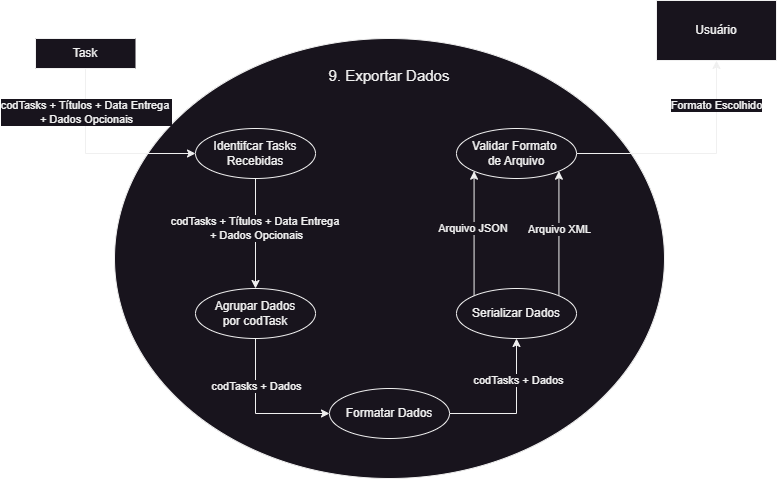
Above: docs/assets/DFDs/RF09.drawio.png in kenielf/neotasker (draw.io), before the change. Source tidied: cells renumbered, new cells last; positions are measured from the earlier drawing's top-left corner, leaving out a move shared by most shapes. Its diagram source:
```xml
<mxGraphModel>
  <root>
    <mxCell id="0" />
    <mxCell id="1" parent="0" />
    <mxCell id="2" style="shape=ellipse;html=1;dashed=0;whiteSpace=wrap;perimeter=ellipsePerimeter;" parent="1" vertex="1">
      <mxGeometry x="79" y="38" width="550" height="440" as="geometry" />
    </mxCell>
    <mxCell id="3" style="edgeStyle=orthogonalEdgeStyle;rounded=0;jettySize=auto;html=1;exitX=0.5;exitY=1;exitDx=0;exitDy=0;entryX=0;entryY=0.5;entryDx=0;entryDy=0;" parent="1" edge="1" source="5" target="7">
      <mxGeometry relative="1" as="geometry" />
    </mxCell>
    <mxCell id="4" value="codTasks + Títulos + Data Entrega&amp;nbsp;&lt;br&gt;+ Dados Opcionais" style="edgeLabel;html=1;align=center;verticalAlign=middle;" parent="3" vertex="1">
      <mxGeometry x="-0.56" relative="1" as="geometry" />
    </mxCell>
    <mxCell id="5" value="Task" style="html=1;dashed=0;whiteSpace=wrap;shape=partialRectangle;right=0;" parent="1" vertex="1">
      <mxGeometry y="38" width="100" height="30" as="geometry" />
    </mxCell>
    <mxCell id="6" style="edgeStyle=orthogonalEdgeStyle;rounded=0;jettySize=auto;html=1;" parent="1" edge="1" source="7" target="11">
      <mxGeometry relative="1" as="geometry" />
    </mxCell>
    <mxCell id="7" value="Identifcar Tasks&lt;br&gt;Recebidas" style="shape=ellipse;html=1;dashed=0;whiteSpace=wrap;perimeter=ellipsePerimeter;" parent="1" vertex="1">
      <mxGeometry x="160" y="128" width="120" height="50" as="geometry" />
    </mxCell>
    <mxCell id="8" value="&lt;font style=&quot;font-size: 15px;&quot;&gt;9. Exportar Dados&lt;/font&gt;" style="text;html=1;strokeColor=none;fillColor=none;align=center;verticalAlign=middle;whiteSpace=wrap;rounded=0;" parent="1" vertex="1">
      <mxGeometry x="287" y="60" width="134" height="30" as="geometry" />
    </mxCell>
    <mxCell id="9" style="edgeStyle=orthogonalEdgeStyle;rounded=0;jettySize=auto;html=1;exitX=0.5;exitY=1;exitDx=0;exitDy=0;entryX=0;entryY=0.5;entryDx=0;entryDy=0;" parent="1" edge="1" source="11" target="20">
      <mxGeometry relative="1" as="geometry" />
    </mxCell>
    <mxCell id="10" value="codTasks + Dados" style="edgeLabel;html=1;align=center;verticalAlign=middle;" parent="9" vertex="1">
      <mxGeometry x="-0.37" relative="1" as="geometry" />
    </mxCell>
    <mxCell id="11" value="Agrupar Dados&lt;br&gt;por codTask" style="shape=ellipse;html=1;dashed=0;whiteSpace=wrap;perimeter=ellipsePerimeter;" parent="1" vertex="1">
      <mxGeometry x="160" y="288" width="120" height="50" as="geometry" />
    </mxCell>
    <mxCell id="12" value="codTasks + Títulos + Data Entrega&amp;nbsp;&lt;br&gt;+ Dados Opcionais" style="edgeLabel;html=1;align=center;verticalAlign=middle;" parent="1" vertex="1">
      <mxGeometry x="220" y="228" as="geometry" />
    </mxCell>
    <mxCell id="13" style="edgeStyle=orthogonalEdgeStyle;rounded=0;jettySize=auto;html=1;exitX=0;exitY=0;exitDx=0;exitDy=0;entryX=0;entryY=1;entryDx=0;entryDy=0;" parent="1" edge="1" source="17" target="23">
      <mxGeometry relative="1" as="geometry" />
    </mxCell>
    <mxCell id="14" value="Arquivo JSON&amp;nbsp;" style="edgeLabel;html=1;align=center;verticalAlign=middle;" parent="13" vertex="1">
      <mxGeometry x="0.09" relative="1" as="geometry" />
    </mxCell>
    <mxCell id="15" style="edgeStyle=orthogonalEdgeStyle;rounded=0;jettySize=auto;html=1;exitX=1;exitY=0;exitDx=0;exitDy=0;entryX=1;entryY=1;entryDx=0;entryDy=0;" parent="1" edge="1" source="17" target="23">
      <mxGeometry relative="1" as="geometry" />
    </mxCell>
    <mxCell id="16" value="Arquivo XML" style="edgeLabel;html=1;align=center;verticalAlign=middle;" parent="15" vertex="1">
      <mxGeometry x="0.08" relative="1" as="geometry" />
    </mxCell>
    <mxCell id="17" value="Serializar Dados" style="shape=ellipse;html=1;dashed=0;whiteSpace=wrap;perimeter=ellipsePerimeter;" parent="1" vertex="1">
      <mxGeometry x="421" y="288" width="120" height="50" as="geometry" />
    </mxCell>
    <mxCell id="18" style="edgeStyle=orthogonalEdgeStyle;rounded=0;jettySize=auto;html=1;exitX=1;exitY=0.5;exitDx=0;exitDy=0;entryX=0.5;entryY=1;entryDx=0;entryDy=0;" parent="1" edge="1" source="20" target="17">
      <mxGeometry relative="1" as="geometry" />
    </mxCell>
    <mxCell id="19" value="codTasks + Dados" style="edgeLabel;html=1;align=center;verticalAlign=middle;" parent="18" vertex="1">
      <mxGeometry x="0.42" y="-1" relative="1" as="geometry" />
    </mxCell>
    <mxCell id="20" value="Formatar Dados" style="shape=ellipse;html=1;dashed=0;whiteSpace=wrap;perimeter=ellipsePerimeter;" parent="1" vertex="1">
      <mxGeometry x="294" y="388" width="120" height="50" as="geometry" />
    </mxCell>
    <mxCell id="21" style="edgeStyle=orthogonalEdgeStyle;rounded=0;jettySize=auto;html=1;" parent="1" edge="1" source="23" target="24">
      <mxGeometry relative="1" as="geometry" />
    </mxCell>
    <mxCell id="22" value="Formato Escolhido" style="edgeLabel;html=1;align=center;verticalAlign=middle;" parent="21" vertex="1">
      <mxGeometry x="0.62" y="1" relative="1" as="geometry" />
    </mxCell>
    <mxCell id="23" value="Validar Formato&amp;nbsp;&lt;br&gt;de Arquivo" style="shape=ellipse;html=1;dashed=0;whiteSpace=wrap;perimeter=ellipsePerimeter;" parent="1" vertex="1">
      <mxGeometry x="421" y="128" width="120" height="50" as="geometry" />
    </mxCell>
    <mxCell id="24" value="Usuário" style="whiteSpace=wrap;html=1;dashed=0;" parent="1" vertex="1">
      <mxGeometry x="621" width="120" height="60" as="geometry" />
    </mxCell>
  </root>
</mxGraphModel>
```
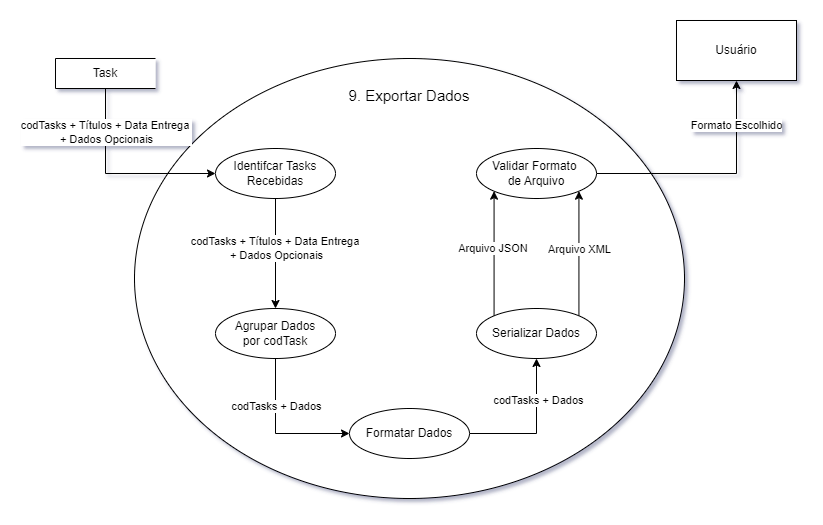
After the commit.

Change to the diagram source:
```diff
@@ -26,25 +26,25 @@
     <mxCell id="9" style="edgeStyle=orthogonalEdgeStyle;rounded=0;jettySize=auto;html=1;exitX=0.5;exitY=1;exitDx=0;exitDy=0;entryX=0;entryY=0.5;entryDx=0;entryDy=0;" parent="1" edge="1" source="11" target="20">
       <mxGeometry relative="1" as="geometry" />
     </mxCell>
-    <mxCell id="10" value="codTasks + Dados" style="edgeLabel;html=1;align=center;verticalAlign=middle;" parent="9" vertex="1">
-      <mxGeometry x="-0.37" relative="1" as="geometry" />
-    </mxCell>
+    <mxCell id="25" value="codTasks + Dados" style="edgeLabel;html=1;align=center;verticalAlign=middle;" parent="9" vertex="1">
+      <mxGeometry x="-0.37" relative="1" as="geometry" />
+    </mxCell>
     <mxCell id="11" value="Agrupar Dados&lt;br&gt;por codTask" style="shape=ellipse;html=1;dashed=0;whiteSpace=wrap;perimeter=ellipsePerimeter;" parent="1" vertex="1">
       <mxGeometry x="160" y="288" width="120" height="50" as="geometry" />
     </mxCell>
     <mxCell id="12" value="codTasks + Títulos + Data Entrega&amp;nbsp;&lt;br&gt;+ Dados Opcionais" style="edgeLabel;html=1;align=center;verticalAlign=middle;" parent="1" vertex="1">
       <mxGeometry x="220" y="228" as="geometry" />
     </mxCell>
-    <mxCell id="13" style="edgeStyle=orthogonalEdgeStyle;rounded=0;jettySize=auto;html=1;exitX=0;exitY=0;exitDx=0;exitDy=0;entryX=0;entryY=1;entryDx=0;entryDy=0;" parent="1" edge="1" source="17" target="23">
-      <mxGeometry relative="1" as="geometry" />
-    </mxCell>
+    <mxCell id="26" style="edgeStyle=orthogonalEdgeStyle;rounded=0;jettySize=auto;html=1;exitX=0;exitY=0;exitDx=0;exitDy=0;entryX=0;entryY=1;entryDx=0;entryDy=0;" parent="1" edge="1" source="17" target="23">
+      <mxGeometry relative="1" as="geometry" />
+    </mxCell>
-    <mxCell id="14" value="Arquivo JSON&amp;nbsp;" style="edgeLabel;html=1;align=center;verticalAlign=middle;" parent="13" vertex="1">
+    <mxCell id="14" value="Arquivo JSON&amp;nbsp;" style="edgeLabel;html=1;align=center;verticalAlign=middle;" parent="26" vertex="1">
       <mxGeometry x="0.09" relative="1" as="geometry" />
     </mxCell>
-    <mxCell id="15" style="edgeStyle=orthogonalEdgeStyle;rounded=0;jettySize=auto;html=1;exitX=1;exitY=0;exitDx=0;exitDy=0;entryX=1;entryY=1;entryDx=0;entryDy=0;" parent="1" edge="1" source="17" target="23">
-      <mxGeometry relative="1" as="geometry" />
-    </mxCell>
+    <mxCell id="27" style="edgeStyle=orthogonalEdgeStyle;rounded=0;jettySize=auto;html=1;exitX=1;exitY=0;exitDx=0;exitDy=0;entryX=1;entryY=1;entryDx=0;entryDy=0;" parent="1" edge="1" source="17" target="23">
+      <mxGeometry relative="1" as="geometry" />
+    </mxCell>
-    <mxCell id="16" value="Arquivo XML" style="edgeLabel;html=1;align=center;verticalAlign=middle;" parent="15" vertex="1">
+    <mxCell id="16" value="Arquivo XML" style="edgeLabel;html=1;align=center;verticalAlign=middle;" parent="27" vertex="1">
       <mxGeometry x="0.08" relative="1" as="geometry" />
     </mxCell>
     <mxCell id="17" value="Serializar Dados" style="shape=ellipse;html=1;dashed=0;whiteSpace=wrap;perimeter=ellipsePerimeter;" parent="1" vertex="1">
@@ -53,9 +53,9 @@
     <mxCell id="18" style="edgeStyle=orthogonalEdgeStyle;rounded=0;jettySize=auto;html=1;exitX=1;exitY=0.5;exitDx=0;exitDy=0;entryX=0.5;entryY=1;entryDx=0;entryDy=0;" parent="1" edge="1" source="20" target="17">
       <mxGeometry relative="1" as="geometry" />
     </mxCell>
-    <mxCell id="19" value="codTasks + Dados" style="edgeLabel;html=1;align=center;verticalAlign=middle;" parent="18" vertex="1">
-      <mxGeometry x="0.42" y="-1" relative="1" as="geometry" />
-    </mxCell>
+    <mxCell id="28" value="codTasks + Dados" style="edgeLabel;html=1;align=center;verticalAlign=middle;" parent="18" vertex="1">
+      <mxGeometry x="0.42" y="-1" relative="1" as="geometry" />
+    </mxCell>
     <mxCell id="20" value="Formatar Dados" style="shape=ellipse;html=1;dashed=0;whiteSpace=wrap;perimeter=ellipsePerimeter;" parent="1" vertex="1">
       <mxGeometry x="294" y="388" width="120" height="50" as="geometry" />
     </mxCell>
```
